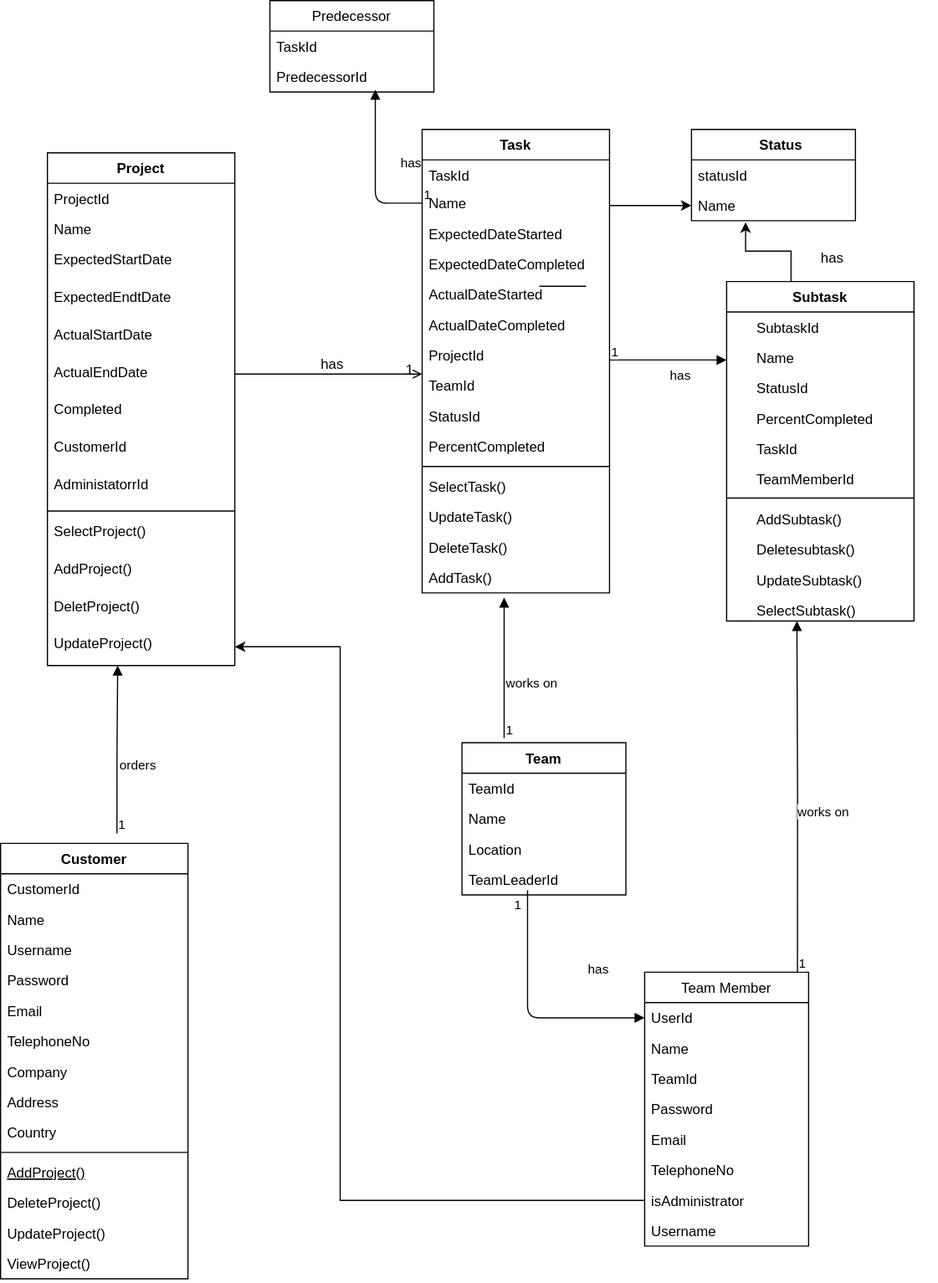
Above: Class Diagram.svg in ericmwangii/UseCase (draw.io), before the change. Source tidied: cells renumbered, new cells last; positions are measured from the earlier drawing's top-left corner, leaving out a move shared by most shapes.
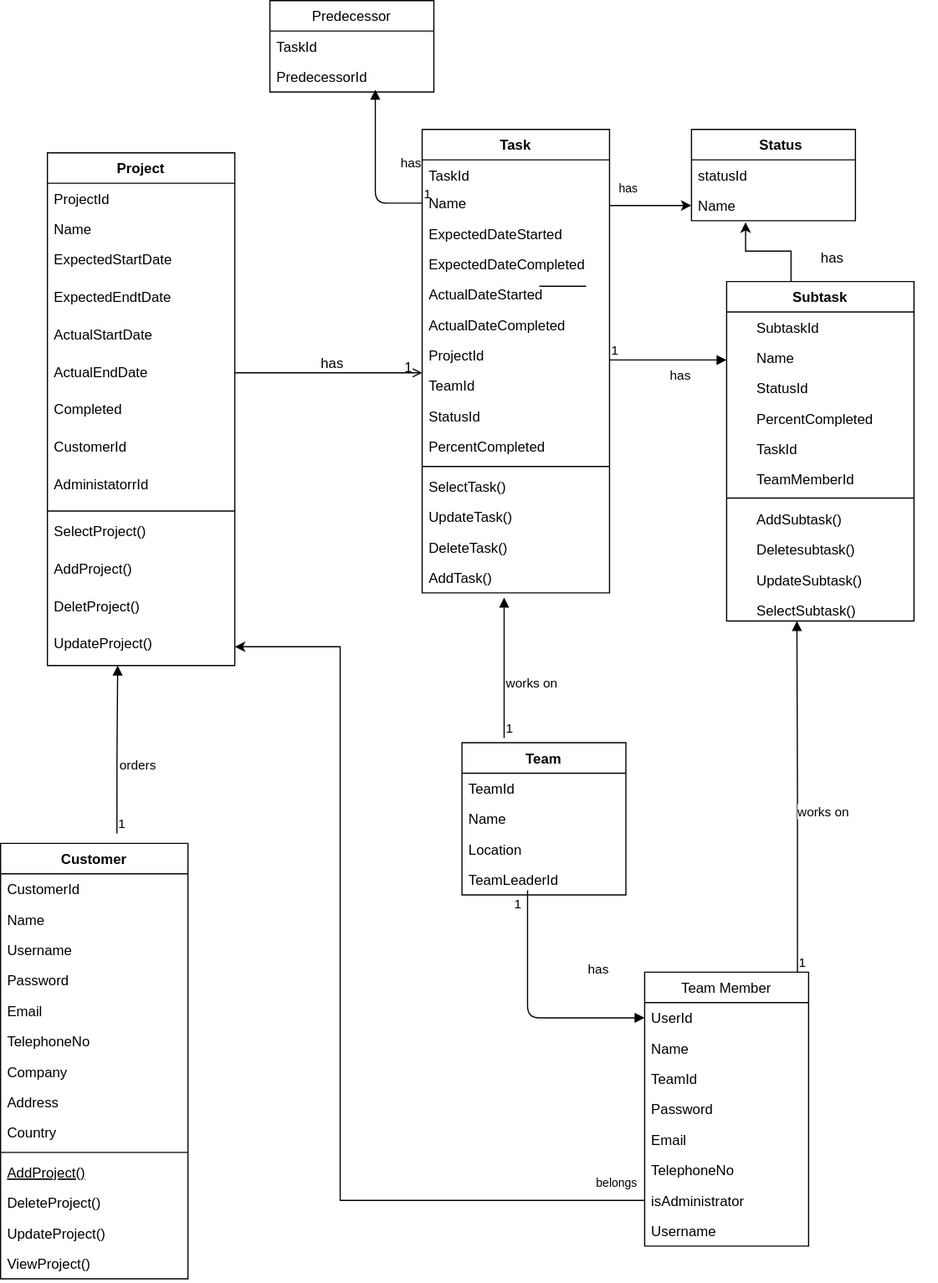
The same diagram one commit later.

The edit, as a diff of the source:
```diff
@@ -340,5 +340,11 @@
     <mxCell id="100" value="has" style="text;html=1;align=center;verticalAlign=middle;strokeColor=none;" parent="2" vertex="1">
       <mxGeometry x="695" y="210" width="30" height="20" as="geometry" />
     </mxCell>
+    <mxCell id="101" value="&lt;font style=&quot;font-size: 10px&quot;&gt;has&lt;/font&gt;" style="text;html=1;align=center;verticalAlign=middle;strokeColor=none;" parent="1" vertex="1">
+      <mxGeometry x="521" y="150" width="30" height="20" as="geometry" />
+    </mxCell>
+    <mxCell id="102" value="&lt;font style=&quot;font-size: 10px&quot;&gt;belongs&lt;/font&gt;" style="text;html=1;align=center;verticalAlign=middle;strokeColor=none;" parent="1" vertex="1">
+      <mxGeometry x="501" y="1000" width="50" height="20" as="geometry" />
+    </mxCell>
   </root>
 </mxGraphModel>
```
